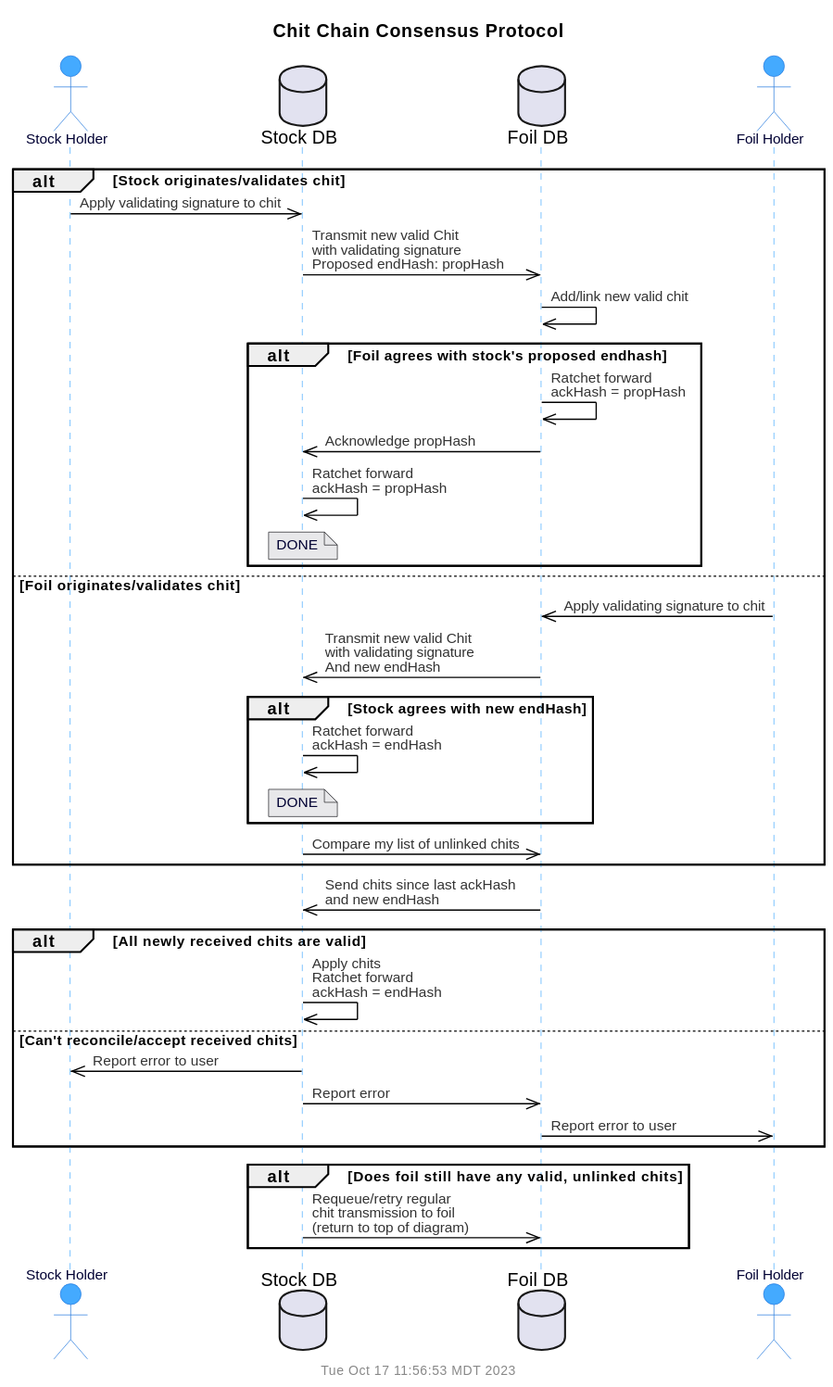
The PlantUML diagram doc/uml/seq-cons.svg in gotchoices/MyCHIPs, before a commit.
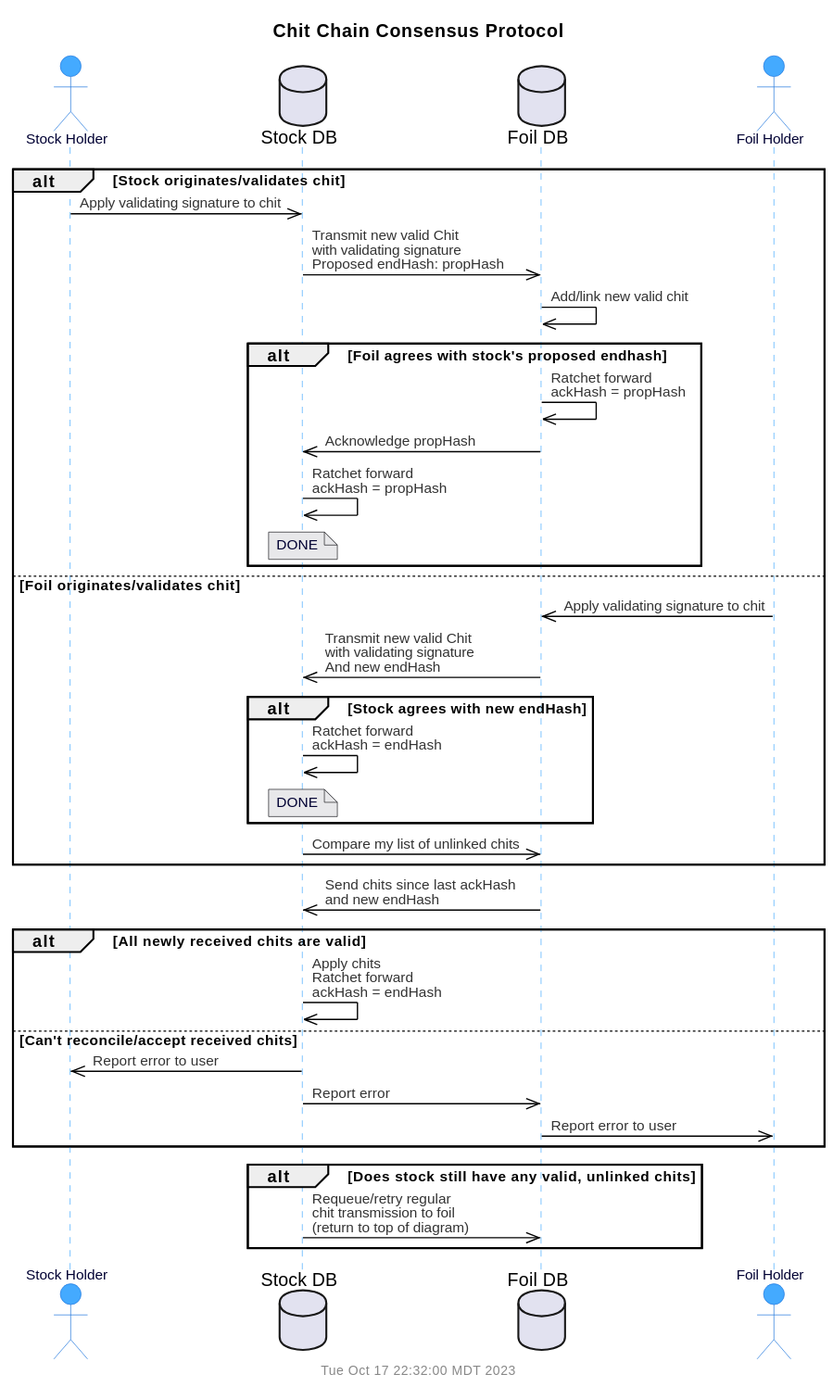
The same diagram one commit later.

Change to the diagram source:
```diff
@@ -40,7 +40,7 @@
   foil		->>	client:		Report error to user
 end
 
-alt Does foil still have any valid, unlinked chits
+alt Does stock still have any valid, unlinked chits
   stock		->>	foil:		Requeue/retry regular\nchit transmission to foil\n(return to top of diagram)
 end
 @enduml
```
